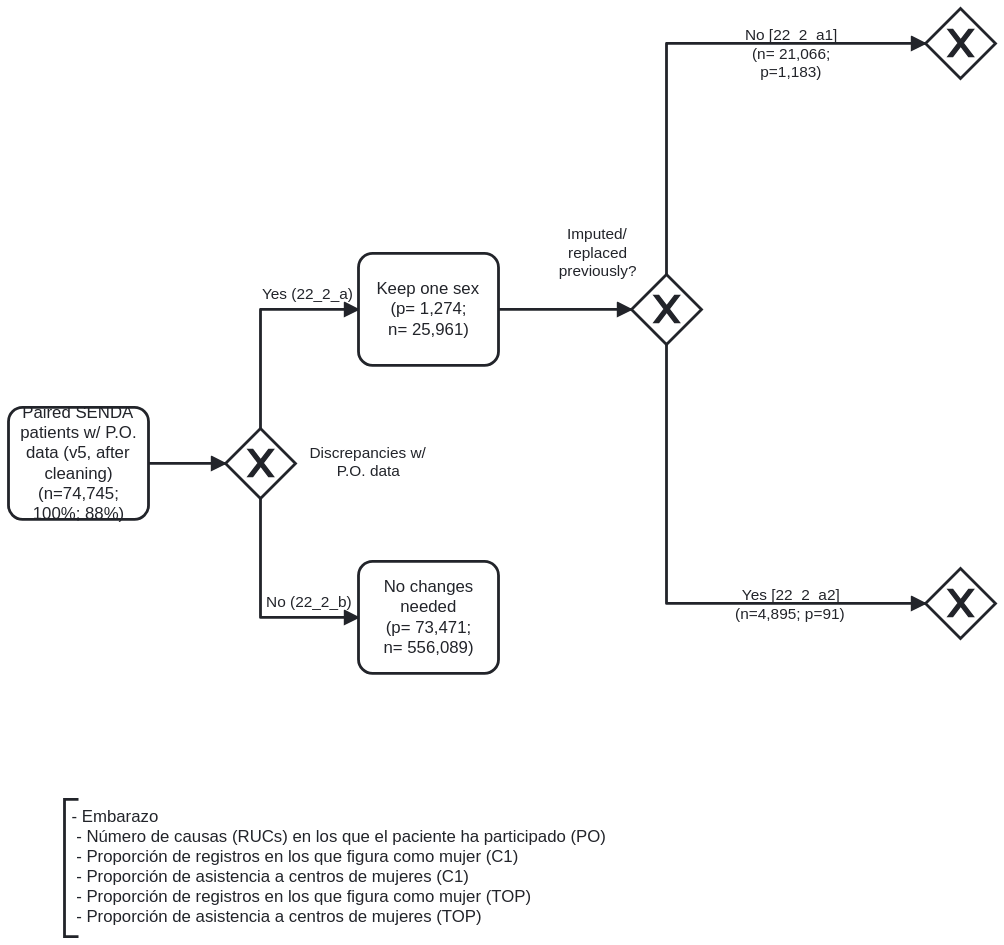
Above: _figs/diagram_sex_differences.svg in FONDECYTACC/nDP (BPMN), before the change. Its source is kept beside it as _figs/diagram_sex_differences.bpmn. Ids are renumbered.
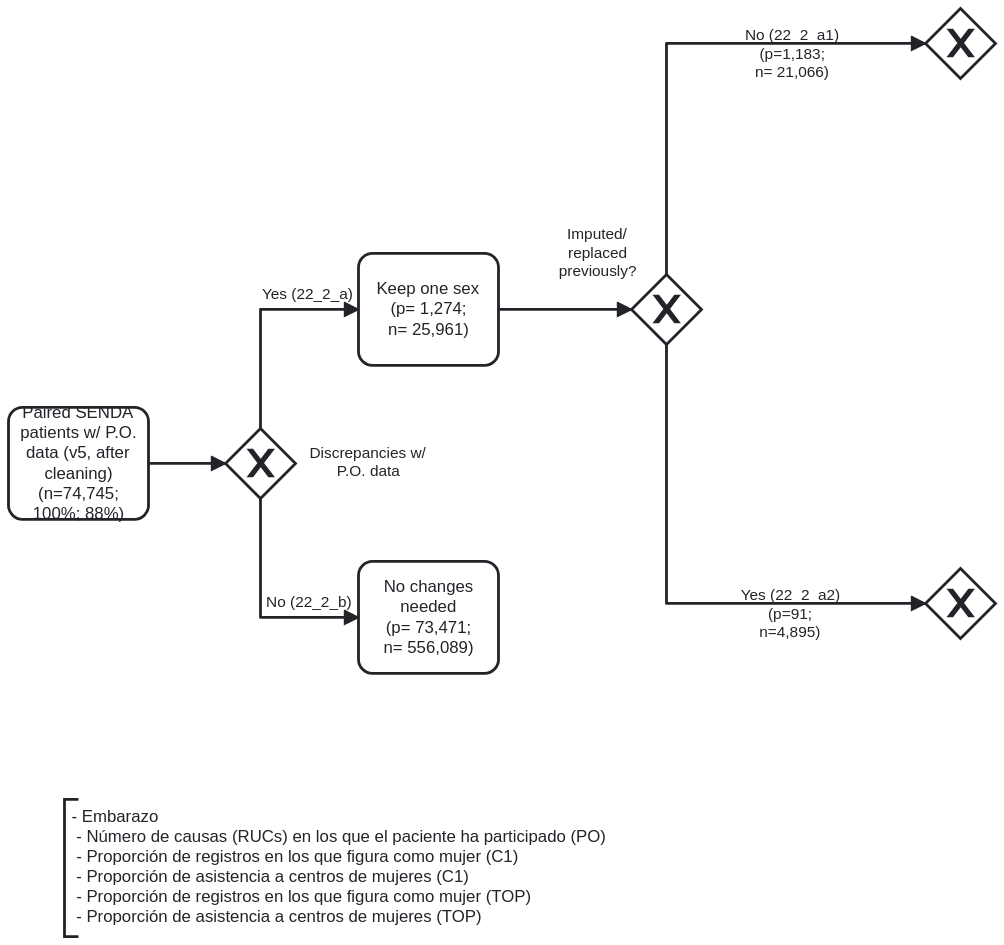
Above is the later version.

Diff of the diagram source:
```diff
@@ -9,118 +9,241 @@
       <bpmn:outgoing>Flow_n7</bpmn:outgoing>
     </bpmn:exclusiveGateway>
     <bpmn:sequenceFlow id="Flow_n4" sourceRef="Activity_n3" targetRef="Gateway_n5" />
-    <bpmn:task id="Activity_n8" name="Keep one sex&#10;(p= 1,274;&#10;n= 25,961)">
+    <bpmn:task id="Activity_n8" name="Choose one sex&#10;(p= 1,274;&#10;n= 9,512)">
       <bpmn:incoming>Flow_n6</bpmn:incoming>
       <bpmn:outgoing>Flow_n9</bpmn:outgoing>
     </bpmn:task>
     <bpmn:sequenceFlow id="Flow_n6" name="Yes (22_2_a)" sourceRef="Gateway_n5" targetRef="Activity_n8" />
-    <bpmn:task id="Activity_n10" name="No changes needed&#10;(p= 73,471;&#10;n= 556,089)">
-      <bpmn:incoming>Flow_n7</bpmn:incoming>
+    <bpmn:task id="Activity_n10" name="Keep SENDAs value&#10;(p= 49;&#10;n= 211)">
+      <bpmn:incoming>Flow_n17</bpmn:incoming>
     </bpmn:task>
-    <bpmn:sequenceFlow id="Flow_n7" name="No (22_2_b)" sourceRef="Gateway_n5" targetRef="Activity_n10" />
+    <bpmn:sequenceFlow id="Flow_n7" name="No (22_2_b)" sourceRef="Gateway_n5" targetRef="Gateway_n18" />
     <bpmn:exclusiveGateway id="Gateway_n11" name="Imputed/&#10;replaced previously?">
       <bpmn:incoming>Flow_n9</bpmn:incoming>
       <bpmn:outgoing>Flow_n12</bpmn:outgoing>
       <bpmn:outgoing>Flow_n13</bpmn:outgoing>
     </bpmn:exclusiveGateway>
     <bpmn:sequenceFlow id="Flow_n9" sourceRef="Activity_n8" targetRef="Gateway_n11" />
-    <bpmn:exclusiveGateway id="Gateway_n14">
+    <bpmn:exclusiveGateway id="Gateway_n14" name="P.O.= man,&#10;records in original TOP &#38; C1 as woman (less frequent value)">
       <bpmn:incoming>Flow_n12</bpmn:incoming>
+      <bpmn:outgoing>Flow_n19</bpmn:outgoing>
+      <bpmn:outgoing>Flow_n20</bpmn:outgoing>
+      <bpmn:outgoing>Flow_n21</bpmn:outgoing>
+      <bpmn:outgoing>Flow_n22</bpmn:outgoing>
+      <bpmn:outgoing>Flow_n23</bpmn:outgoing>
+      <bpmn:outgoing>Flow_n24</bpmn:outgoing>
     </bpmn:exclusiveGateway>
-    <bpmn:sequenceFlow id="Flow_n12" name="No [22_2_a1]&#10;(n= 21,066; p=1,183)" sourceRef="Gateway_n11" targetRef="Gateway_n14" />
-    <bpmn:sequenceFlow id="Flow_n13" name="Yes [22_2_a2] (n=4,895; p=91)" sourceRef="Gateway_n11" targetRef="Gateway_n15" />
-    <bpmn:exclusiveGateway id="Gateway_n15">
+    <bpmn:sequenceFlow id="Flow_n12" name="No (22_2_a1)&#10;(p=1,183;&#10;n= 8,687)" sourceRef="Gateway_n11" targetRef="Gateway_n14" />
+    <bpmn:task id="Activity_n25" name="Keep as Woman&#10;(p= 27)">
+      <bpmn:incoming>Flow_n19</bpmn:incoming>
+    </bpmn:task>
+    <bpmn:sequenceFlow id="Flow_n13" name="Yes (22_2_a2)&#10;(p=91;&#10;n=825)" sourceRef="Gateway_n11" targetRef="Activity_n26" />
+    <bpmn:task id="Activity_n26" name="Keep POs value&#10;(p=91)">
       <bpmn:incoming>Flow_n13</bpmn:incoming>
+    </bpmn:task>
+    <bpmn:sequenceFlow id="Flow_n19" name="&#62;2 records in TOP or C1, &#62;=50%  of records in a center for women or stated as a woman (22_2_a1a)&#10;(p= 27;&#10;n= 206)" sourceRef="Gateway_n14" targetRef="Activity_n25" />
+    <bpmn:task id="Activity_n27" name="Keep as Woman&#10;(p= 23)">
+      <bpmn:incoming>Flow_n20</bpmn:incoming>
+    </bpmn:task>
+    <bpmn:sequenceFlow id="Flow_n20" name="&#62;1 records in TOP or C1, &#62;=50% of records in a center for women and stated as a woman (22_2_a1b)&#10;(p= 50;&#10;n= 413)" sourceRef="Gateway_n14" targetRef="Activity_n27" />
+    <bpmn:task id="Activity_n28" name="Keep as Woman&#10;(p= 0)">
+      <bpmn:incoming>Flow_n21</bpmn:incoming>
+    </bpmn:task>
+    <bpmn:sequenceFlow id="Flow_n21" name="&#62;=50% of records in a center for women or stated as a woman, at least one record pregnant at admission or discharge (22_2_a1c)&#10;(p= 3;&#10;n= 51)" sourceRef="Gateway_n14" targetRef="Activity_n28" />
+    <bpmn:exclusiveGateway id="Gateway_n18" name="Due to missing data in PO?">
+      <bpmn:incoming>Flow_n7</bpmn:incoming>
+      <bpmn:outgoing>Flow_n17</bpmn:outgoing>
+      <bpmn:outgoing>Flow_n29</bpmn:outgoing>
     </bpmn:exclusiveGateway>
-    <bpmn:textAnnotation id="TextAnnotation_n16">
-      <bpmn:text>- Embarazo
- - Número de causas (RUCs) en los que el paciente ha participado (PO)
- - Proporción de registros en los que figura como mujer (C1)
- - Proporción de asistencia a centros de mujeres (C1)
- - Proporción de registros en los que figura como mujer (TOP)
- - Proporción de asistencia a centros de mujeres (TOP)</bpmn:text>
-    </bpmn:textAnnotation>
+    <bpmn:sequenceFlow id="Flow_n17" name="Yes (22_2_b1)" sourceRef="Gateway_n18" targetRef="Activity_n10" />
+    <bpmn:task id="Activity_n30" name="No changes needed&#10;(p= 73,422;&#10;n= 555,878)">
+      <bpmn:incoming>Flow_n29</bpmn:incoming>
+    </bpmn:task>
+    <bpmn:sequenceFlow id="Flow_n29" name="No (22_2_b2)" sourceRef="Gateway_n18" targetRef="Activity_n30" />
+    <bpmn:task id="Activity_n31" name="Keep PO value (man)&#10;(p=1,101)">
+      <bpmn:incoming>Flow_n22</bpmn:incoming>
+    </bpmn:task>
+    <bpmn:sequenceFlow id="Flow_n22" name="else&#10;(22_2_a1f;&#10;p= 1,101;&#10;n= 7,186)" sourceRef="Gateway_n14" targetRef="Activity_n31" />
+    <bpmn:task id="Activity_n32" name="Keep as Woman&#10;(p= 9)">
+      <bpmn:incoming>Flow_n23</bpmn:incoming>
+    </bpmn:task>
+    <bpmn:sequenceFlow id="Flow_n23" name="&#62;=50% of records in a center for women or stated as a woman, at least one record in women-only treatments (22_2_a1d)&#10;(p= 57;&#10;n= 486)" sourceRef="Gateway_n14" targetRef="Activity_n32" />
+    <bpmn:task id="Activity_n33" name="Keep as Woman&#10;(p= 23)">
+      <bpmn:incoming>Flow_n24</bpmn:incoming>
+    </bpmn:task>
+    <bpmn:sequenceFlow id="Flow_n24" name="at least one record in women-only treatments  vs. &#60;2 distinct causes (22_2_a1e)&#10;(p= 30;&#10;n= 38)" sourceRef="Gateway_n14" targetRef="Activity_n33" />
   </bpmn:process>
   <bpmndi:BPMNDiagram id="BPMNDiagram_1">
     <bpmndi:BPMNPlane id="BPMNPlane_1" bpmnElement="Process_n2">
-      <bpmndi:BPMNShape id="TextAnnotation_n16_di" bpmnElement="TextAnnotation_n16">
-        <dc:Bounds x="200" y="650" width="660" height="98" />
-        <bpmndi:BPMNLabel />
-      </bpmndi:BPMNShape>
+      <bpmndi:BPMNEdge id="Flow_n29_di" bpmnElement="Flow_n29">
+        <di:waypoint x="404" y="896" />
+        <di:waypoint x="404" y="970" />
+        <di:waypoint x="504" y="970" />
+        <bpmndi:BPMNLabel>
+          <dc:Bounds x="420" y="953" width="68" height="14" />
+        </bpmndi:BPMNLabel>
+      </bpmndi:BPMNEdge>
+      <bpmndi:BPMNEdge id="Flow_n17_di" bpmnElement="Flow_n17">
+        <di:waypoint x="429" y="871" />
+        <di:waypoint x="505" y="871" />
+        <bpmndi:BPMNLabel>
+          <dc:Bounds x="432" y="853" width="71" height="14" />
+        </bpmndi:BPMNLabel>
+      </bpmndi:BPMNEdge>
       <bpmndi:BPMNEdge id="Flow_n13_di" bpmnElement="Flow_n13">
-        <di:waypoint x="630" y="325" />
-        <di:waypoint x="630" y="510" />
-        <di:waypoint x="815" y="510" />
+        <di:waypoint x="630" y="625" />
+        <di:waypoint x="630" y="1034" />
+        <di:waypoint x="890" y="1034" />
         <bpmndi:BPMNLabel>
-          <dc:Bounds x="679" y="498" width="79" height="27" />
+          <dc:Bounds x="650" y="1022" width="71" height="40" />
         </bpmndi:BPMNLabel>
       </bpmndi:BPMNEdge>
       <bpmndi:BPMNEdge id="Flow_n12_di" bpmnElement="Flow_n12">
-        <di:waypoint x="630" y="275" />
-        <di:waypoint x="630" y="110" />
-        <di:waypoint x="815" y="110" />
+        <di:waypoint x="630" y="575" />
+        <di:waypoint x="630" y="534" />
+        <di:waypoint x="735" y="534" />
         <bpmndi:BPMNLabel>
-          <dc:Bounds x="686" y="98" width="67" height="40" />
+          <dc:Bounds x="647" y="522" width="68" height="40" />
         </bpmndi:BPMNLabel>
       </bpmndi:BPMNEdge>
       <bpmndi:BPMNEdge id="Flow_n9_di" bpmnElement="Flow_n9">
-        <di:waypoint x="510" y="300" />
-        <di:waypoint x="605" y="300" />
+        <di:waypoint x="482" y="600" />
+        <di:waypoint x="605" y="600" />
       </bpmndi:BPMNEdge>
       <bpmndi:BPMNEdge id="Flow_n7_di" bpmnElement="Flow_n7">
-        <di:waypoint x="340" y="435" />
-        <di:waypoint x="340" y="520" />
-        <di:waypoint x="410" y="520" />
+        <di:waypoint x="305" y="735" />
+        <di:waypoint x="305" y="871" />
+        <di:waypoint x="379" y="871" />
         <bpmndi:BPMNLabel>
-          <dc:Bounds x="344" y="503" width="61" height="14" />
+          <dc:Bounds x="311" y="854" width="62" height="14" />
         </bpmndi:BPMNLabel>
       </bpmndi:BPMNEdge>
       <bpmndi:BPMNEdge id="Flow_n6_di" bpmnElement="Flow_n6">
-        <di:waypoint x="340" y="385" />
-        <di:waypoint x="340" y="300" />
-        <di:waypoint x="410" y="300" />
+        <di:waypoint x="305" y="685" />
+        <di:waypoint x="305" y="600" />
+        <di:waypoint x="382" y="600" />
         <bpmndi:BPMNLabel>
-          <dc:Bounds x="341" y="283" width="65" height="14" />
+          <dc:Bounds x="311" y="583" width="65" height="14" />
         </bpmndi:BPMNLabel>
       </bpmndi:BPMNEdge>
       <bpmndi:BPMNEdge id="Flow_n4_di" bpmnElement="Flow_n4">
-        <di:waypoint x="260" y="410" />
-        <di:waypoint x="315" y="410" />
+        <di:waypoint x="260" y="710" />
+        <di:waypoint x="280" y="710" />
+      </bpmndi:BPMNEdge>
+      <bpmndi:BPMNEdge id="Flow_n19_di" bpmnElement="Flow_n19">
+        <di:waypoint x="760" y="509" />
+        <di:waypoint x="760" y="160" />
+        <di:waypoint x="890" y="160" />
+        <bpmndi:BPMNLabel>
+          <dc:Bounds x="781" y="82" width="90" height="119" />
+        </bpmndi:BPMNLabel>
+      </bpmndi:BPMNEdge>
+      <bpmndi:BPMNEdge id="Flow_n20_di" bpmnElement="Flow_n20">
+        <di:waypoint x="760" y="509" />
+        <di:waypoint x="760" y="292" />
+        <di:waypoint x="890" y="292" />
+        <bpmndi:BPMNLabel>
+          <dc:Bounds x="781" y="212" width="90" height="119" />
+        </bpmndi:BPMNLabel>
+      </bpmndi:BPMNEdge>
+      <bpmndi:BPMNEdge id="Flow_n21_di" bpmnElement="Flow_n21">
+        <di:waypoint x="760" y="509" />
+        <di:waypoint x="760" y="447" />
+        <di:waypoint x="890" y="447" />
+        <bpmndi:BPMNLabel>
+          <dc:Bounds x="782" y="342" width="88" height="146" />
+        </bpmndi:BPMNLabel>
+      </bpmndi:BPMNEdge>
+      <bpmndi:BPMNEdge id="Flow_n23_di" bpmnElement="Flow_n23">
+        <di:waypoint x="760" y="559" />
+        <di:waypoint x="760" y="601" />
+        <di:waypoint x="890" y="601" />
+        <bpmndi:BPMNLabel>
+          <dc:Bounds x="781" y="509" width="88" height="132" />
+        </bpmndi:BPMNLabel>
+      </bpmndi:BPMNEdge>
+      <bpmndi:BPMNEdge id="Flow_n24_di" bpmnElement="Flow_n24">
+        <di:waypoint x="760" y="559" />
+        <di:waypoint x="760" y="713" />
+        <di:waypoint x="890" y="713" />
+        <bpmndi:BPMNLabel>
+          <dc:Bounds x="783" y="647" width="86" height="106" />
+        </bpmndi:BPMNLabel>
+      </bpmndi:BPMNEdge>
+      <bpmndi:BPMNEdge id="Flow_n22_di" bpmnElement="Flow_n22">
+        <di:waypoint x="760" y="559" />
+        <di:waypoint x="760" y="821" />
+        <di:waypoint x="890" y="821" />
+        <bpmndi:BPMNLabel>
+          <dc:Bounds x="799" y="809" width="53" height="53" />
+        </bpmndi:BPMNLabel>
       </bpmndi:BPMNEdge>
       <bpmndi:BPMNShape id="Activity_n3_di" bpmnElement="Activity_n3">
-        <dc:Bounds x="160" y="370" width="100" height="80" />
+        <dc:Bounds x="160" y="670" width="100" height="80" />
         <bpmndi:BPMNLabel />
       </bpmndi:BPMNShape>
+      <bpmndi:BPMNShape id="Gateway_n11_di" bpmnElement="Gateway_n11" isMarkerVisible="true">
+        <dc:Bounds x="605" y="575" width="50" height="50" />
+        <bpmndi:BPMNLabel>
+          <dc:Bounds x="553" y="540" width="56" height="40" />
+        </bpmndi:BPMNLabel>
+      </bpmndi:BPMNShape>
       <bpmndi:BPMNShape id="Gateway_n5_di" bpmnElement="Gateway_n5" isMarkerVisible="true">
-        <dc:Bounds x="315" y="385" width="50" height="50" />
+        <dc:Bounds x="280" y="685" width="50" height="50" />
         <bpmndi:BPMNLabel>
-          <dc:Bounds x="375" y="396" width="84" height="27" />
+          <dc:Bounds x="340" y="696" width="85" height="27" />
+        </bpmndi:BPMNLabel>
+      </bpmndi:BPMNShape>
+      <bpmndi:BPMNShape id="Gateway_n18_di" bpmnElement="Gateway_n18" isMarkerVisible="true">
+        <dc:Bounds x="379" y="846" width="50" height="50" />
+        <bpmndi:BPMNLabel>
+          <dc:Bounds x="367" y="809" width="73" height="27" />
         </bpmndi:BPMNLabel>
       </bpmndi:BPMNShape>
       <bpmndi:BPMNShape id="Activity_n8_di" bpmnElement="Activity_n8">
-        <dc:Bounds x="410" y="260" width="100" height="80" />
+        <dc:Bounds x="382" y="560" width="100" height="80" />
         <bpmndi:BPMNLabel />
       </bpmndi:BPMNShape>
       <bpmndi:BPMNShape id="Activity_n10_di" bpmnElement="Activity_n10">
-        <dc:Bounds x="410" y="480" width="100" height="80" />
+        <dc:Bounds x="505" y="831" width="100" height="80" />
         <bpmndi:BPMNLabel />
       </bpmndi:BPMNShape>
-      <bpmndi:BPMNShape id="Gateway_n11_di" bpmnElement="Gateway_n11" isMarkerVisible="true">
-        <dc:Bounds x="605" y="275" width="50" height="50" />
-        <bpmndi:BPMNLabel>
-          <dc:Bounds x="553" y="240" width="55" height="40" />
-        </bpmndi:BPMNLabel>
+      <bpmndi:BPMNShape id="Activity_n30_di" bpmnElement="Activity_n30">
+        <dc:Bounds x="504" y="930" width="100" height="80" />
+        <bpmndi:BPMNLabel />
+      </bpmndi:BPMNShape>
+      <bpmndi:BPMNShape id="Activity_n26_di" bpmnElement="Activity_n26">
+        <dc:Bounds x="890" y="994" width="100" height="80" />
+        <bpmndi:BPMNLabel />
+      </bpmndi:BPMNShape>
+      <bpmndi:BPMNShape id="Activity_n25_di" bpmnElement="Activity_n25">
+        <dc:Bounds x="890" y="120" width="100" height="80" />
+        <bpmndi:BPMNLabel />
+      </bpmndi:BPMNShape>
+      <bpmndi:BPMNShape id="Activity_n27_di" bpmnElement="Activity_n27">
+        <dc:Bounds x="890" y="252" width="100" height="80" />
+        <bpmndi:BPMNLabel />
+      </bpmndi:BPMNShape>
+      <bpmndi:BPMNShape id="Activity_n28_di" bpmnElement="Activity_n28">
+        <dc:Bounds x="890" y="407" width="100" height="80" />
+        <bpmndi:BPMNLabel />
+      </bpmndi:BPMNShape>
+      <bpmndi:BPMNShape id="Activity_n32_di" bpmnElement="Activity_n32">
+        <dc:Bounds x="890" y="561" width="100" height="80" />
+        <bpmndi:BPMNLabel />
+      </bpmndi:BPMNShape>
+      <bpmndi:BPMNShape id="Activity_n33_di" bpmnElement="Activity_n33">
+        <dc:Bounds x="890" y="673" width="100" height="80" />
+        <bpmndi:BPMNLabel />
+      </bpmndi:BPMNShape>
+      <bpmndi:BPMNShape id="Activity_n31_di" bpmnElement="Activity_n31">
+        <dc:Bounds x="890" y="781" width="100" height="80" />
+        <bpmndi:BPMNLabel />
       </bpmndi:BPMNShape>
       <bpmndi:BPMNShape id="Gateway_n14_di" bpmnElement="Gateway_n14" isMarkerVisible="true">
-        <dc:Bounds x="815" y="85" width="50" height="50" />
+        <dc:Bounds x="735" y="509" width="50" height="50" />
         <bpmndi:BPMNLabel>
-          <dc:Bounds x="849" y="326" width="61" height="27" />
-        </bpmndi:BPMNLabel>
-      </bpmndi:BPMNShape>
-      <bpmndi:BPMNShape id="Gateway_n15_di" bpmnElement="Gateway_n15" isMarkerVisible="true">
-        <dc:Bounds x="815" y="485" width="50" height="50" />
-        <bpmndi:BPMNLabel>
-          <dc:Bounds x="850" y="726" width="61" height="27" />
+          <dc:Bounds x="665" y="443" width="89" height="66" />
         </bpmndi:BPMNLabel>
       </bpmndi:BPMNShape>
     </bpmndi:BPMNPlane>
```
